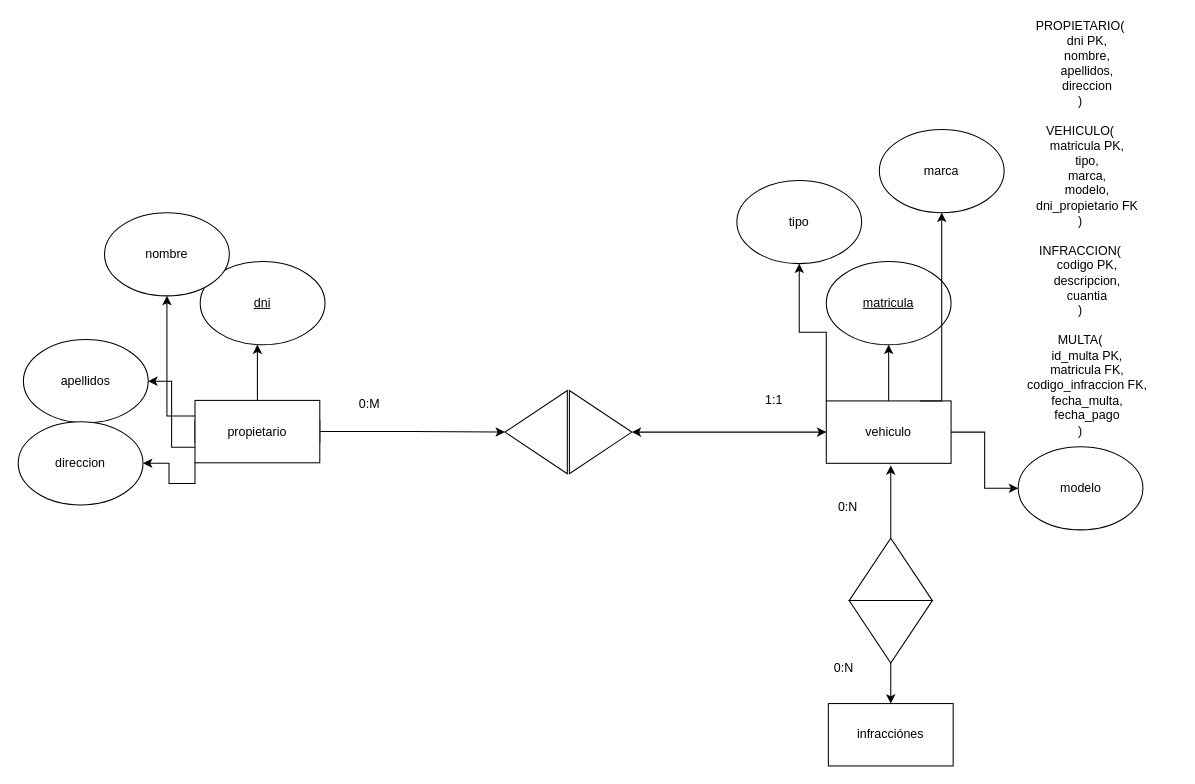
Earlier version of the draw.io diagram ejer2.2.drawio (aaron7780/Portafolio). Source tidied: cells renumbered, new cells numbered last; positions are measured from the earlier drawing's top-left corner, leaving out a move shared by most shapes. Both pictures are drawn from the tidied source at 104%, with x=0, y=0 at pixel (18, 96).
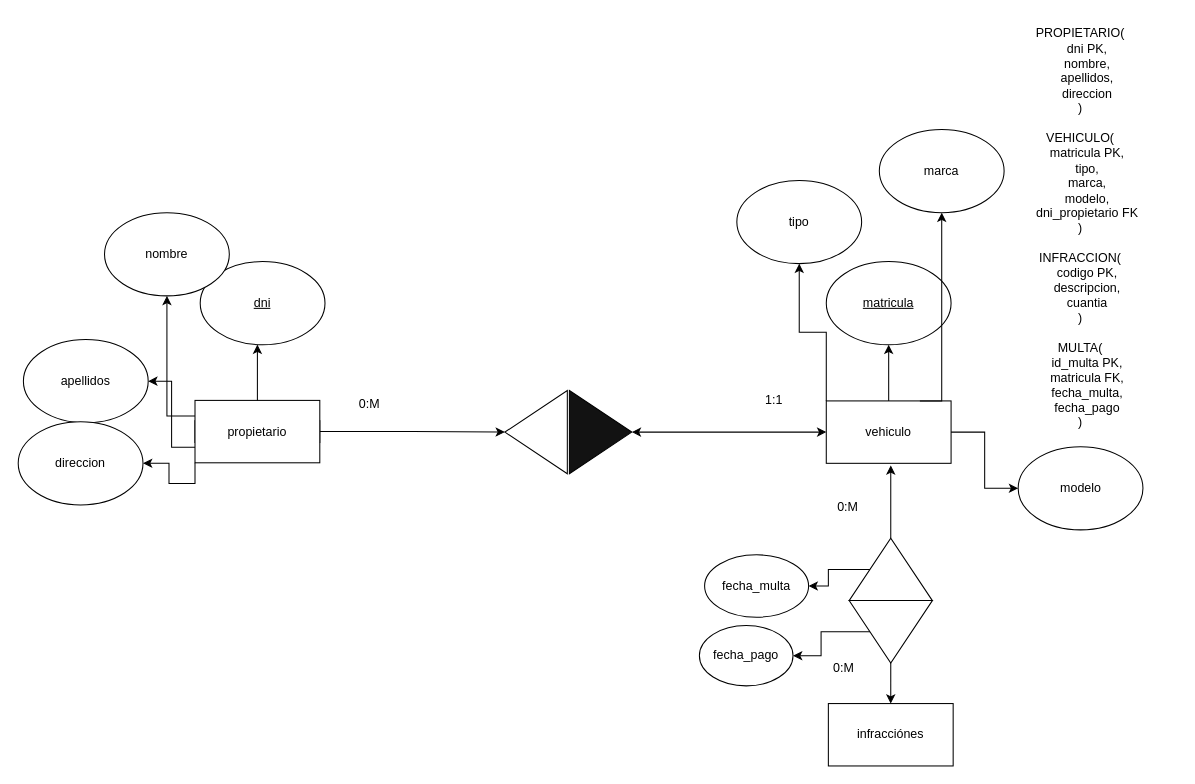
The same page after the edit.

The change refers to these unchanged cells:
```xml
<mxCell id="2" style="group;" parent="1" vertex="1">
  <mxGeometry x="170" y="159" width="727" height="204" as="geometry" />
</mxCell>
<mxCell id="30" style="triangle;whiteSpace=wrap;html=1;shapeInside=1;direction=south;" parent="1" vertex="1">
  <mxGeometry x="799" y="485" width="80" height="60" as="geometry" />
</mxCell>
<mxCell id="32" style="triangle;whiteSpace=wrap;html=1;shapeInside=1;rotation=-90;" parent="1" vertex="1">
  <mxGeometry x="809" y="415" width="60" height="80" as="geometry" />
</mxCell>
```

Change to the diagram source:
```diff
@@
-    <mxCell id="8" style="triangle;whiteSpace=wrap;html=1;shapeInside=1;fillColor=light-dark(#FFFFFF,#EDEDED);strokeColor=light-dark(#000000,#EDEDED);" parent="2" vertex="1">
+    <mxCell id="8" style="triangle;whiteSpace=wrap;html=1;shapeInside=1;fillColor=light-dark(#121212,#EDEDED);strokeColor=light-dark(#000000,#EDEDED);" parent="2" vertex="1">
       <mxGeometry x="360" y="124" width="60" height="80" as="geometry" />
     </mxCell>
@@
-    <mxCell id="16" value="&lt;div&gt;PROPIETARIO(&lt;/div&gt;&lt;div&gt;&amp;nbsp; &amp;nbsp; dni PK,&lt;/div&gt;&lt;div&gt;&amp;nbsp; &amp;nbsp; nombre,&lt;/div&gt;&lt;div&gt;&amp;nbsp; &amp;nbsp; apellidos,&lt;/div&gt;&lt;div&gt;&amp;nbsp; &amp;nbsp; direccion&lt;/div&gt;&lt;div&gt;)&lt;/div&gt;&lt;div&gt;&lt;br&gt;&lt;/div&gt;&lt;div&gt;VEHICULO(&lt;/div&gt;&lt;div&gt;&amp;nbsp; &amp;nbsp; matricula PK,&lt;/div&gt;&lt;div&gt;&amp;nbsp; &amp;nbsp; tipo,&lt;/div&gt;&lt;div&gt;&amp;nbsp; &amp;nbsp; marca,&lt;/div&gt;&lt;div&gt;&amp;nbsp; &amp;nbsp; modelo,&lt;/div&gt;&lt;div&gt;&amp;nbsp; &amp;nbsp; dni_propietario FK&lt;/div&gt;&lt;div&gt;)&lt;/div&gt;&lt;div&gt;&lt;br&gt;&lt;/div&gt;&lt;div&gt;INFRACCION(&lt;/div&gt;&lt;div&gt;&amp;nbsp; &amp;nbsp; codigo PK,&lt;/div&gt;&lt;div&gt;&amp;nbsp; &amp;nbsp; descripcion,&lt;/div&gt;&lt;div&gt;&amp;nbsp; &amp;nbsp; cuantia&lt;/div&gt;&lt;div&gt;)&lt;/div&gt;&lt;div&gt;&lt;br&gt;&lt;/div&gt;&lt;div&gt;MULTA(&lt;/div&gt;&lt;div&gt;&amp;nbsp; &amp;nbsp; id_multa PK,&lt;/div&gt;&lt;div&gt;&amp;nbsp; &amp;nbsp; matricula FK,&lt;/div&gt;&lt;div&gt;&amp;nbsp; &amp;nbsp; codigo_infraccion FK,&lt;/div&gt;&lt;div&gt;&amp;nbsp; &amp;nbsp; fecha_multa,&lt;/div&gt;&lt;div&gt;&amp;nbsp; &amp;nbsp; fecha_pago&lt;/div&gt;&lt;div&gt;)&lt;/div&gt;" style="text;html=1;whiteSpace=wrap;strokeColor=none;fillColor=none;align=center;verticalAlign=middle;rounded=0;" parent="1" vertex="1">
+    <mxCell id="16" value="&lt;div&gt;PROPIETARIO(&lt;/div&gt;&lt;div&gt;&amp;nbsp; &amp;nbsp; dni PK,&lt;/div&gt;&lt;div&gt;&amp;nbsp; &amp;nbsp; nombre,&lt;/div&gt;&lt;div&gt;&amp;nbsp; &amp;nbsp; apellidos,&lt;/div&gt;&lt;div&gt;&amp;nbsp; &amp;nbsp; direccion&lt;/div&gt;&lt;div&gt;)&lt;/div&gt;&lt;div&gt;&lt;br&gt;&lt;/div&gt;&lt;div&gt;VEHICULO(&lt;/div&gt;&lt;div&gt;&amp;nbsp; &amp;nbsp; matricula PK,&lt;/div&gt;&lt;div&gt;&amp;nbsp; &amp;nbsp; tipo,&lt;/div&gt;&lt;div&gt;&amp;nbsp; &amp;nbsp; marca,&lt;/div&gt;&lt;div&gt;&amp;nbsp; &amp;nbsp; modelo,&lt;/div&gt;&lt;div&gt;&amp;nbsp; &amp;nbsp; dni_propietario FK&lt;/div&gt;&lt;div&gt;)&lt;/div&gt;&lt;div&gt;&lt;br&gt;&lt;/div&gt;&lt;div&gt;INFRACCION(&lt;/div&gt;&lt;div&gt;&amp;nbsp; &amp;nbsp; codigo PK,&lt;/div&gt;&lt;div&gt;&amp;nbsp; &amp;nbsp; descripcion,&lt;/div&gt;&lt;div&gt;&amp;nbsp; &amp;nbsp; cuantia&lt;/div&gt;&lt;div&gt;)&lt;/div&gt;&lt;div&gt;&lt;br&gt;&lt;/div&gt;&lt;div&gt;MULTA(&lt;/div&gt;&lt;div&gt;&amp;nbsp; &amp;nbsp; id_multa PK,&lt;/div&gt;&lt;div&gt;&amp;nbsp; &amp;nbsp; matricula FK&lt;span style=&quot;background-color: transparent; color: light-dark(rgb(0, 0, 0), rgb(255, 255, 255));&quot;&gt;,&lt;/span&gt;&lt;/div&gt;&lt;div&gt;&amp;nbsp; &amp;nbsp; fecha_multa,&lt;/div&gt;&lt;div&gt;&amp;nbsp; &amp;nbsp; fecha_pago&lt;/div&gt;&lt;div&gt;)&lt;/div&gt;" style="text;html=1;whiteSpace=wrap;strokeColor=none;fillColor=none;align=center;verticalAlign=middle;rounded=0;" parent="1" vertex="1">
       <mxGeometry x="929" width="185" height="253" as="geometry" />
     </mxCell>
@@
-    <mxCell id="34" value="0:N" style="text;html=1;whiteSpace=wrap;strokeColor=none;fillColor=none;align=center;verticalAlign=middle;rounded=0;" parent="1" vertex="1">
+    <mxCell id="34" value="0:M" style="text;html=1;whiteSpace=wrap;strokeColor=none;fillColor=none;align=center;verticalAlign=middle;rounded=0;" parent="1" vertex="1">
       <mxGeometry x="768" y="380" width="60" height="30" as="geometry" />
     </mxCell>
-    <mxCell id="35" value="0:N" style="text;html=1;whiteSpace=wrap;strokeColor=none;fillColor=none;align=center;verticalAlign=middle;rounded=0;" parent="1" vertex="1">
+    <mxCell id="35" value="0:M" style="text;html=1;whiteSpace=wrap;strokeColor=none;fillColor=none;align=center;verticalAlign=middle;rounded=0;" parent="1" vertex="1">
       <mxGeometry x="764" y="535" width="60" height="30" as="geometry" />
     </mxCell>
+    <mxCell id="36" style="edgeStyle=orthogonalEdgeStyle;rounded=0;jettySize=auto;html=1;exitX=0.5;exitY=1;exitDx=0;exitDy=0;" parent="1" edge="1" source="30" target="39">
+      <mxGeometry relative="1" as="geometry" />
+    </mxCell>
+    <mxCell id="37" style="edgeStyle=orthogonalEdgeStyle;rounded=0;jettySize=auto;html=1;exitX=0.5;exitY=0;exitDx=0;exitDy=0;" parent="1" edge="1" source="32" target="38">
+      <mxGeometry relative="1" as="geometry" />
+    </mxCell>
+    <mxCell id="38" value="fecha_multa" style="ellipse;whiteSpace=wrap;html=1;shapeInside=1;" parent="1" vertex="1">
+      <mxGeometry x="660" y="441" width="100" height="60" as="geometry" />
+    </mxCell>
+    <mxCell id="39" value="fecha_pago" style="ellipse;whiteSpace=wrap;html=1;shapeInside=1;" parent="1" vertex="1">
+      <mxGeometry x="655" y="509" width="90" height="58" as="geometry" />
+    </mxCell>
```
